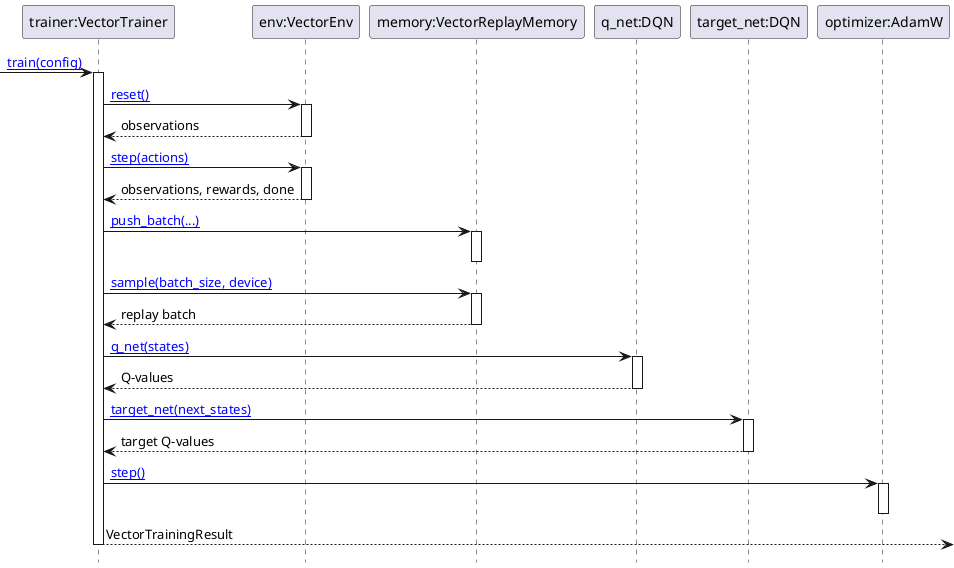
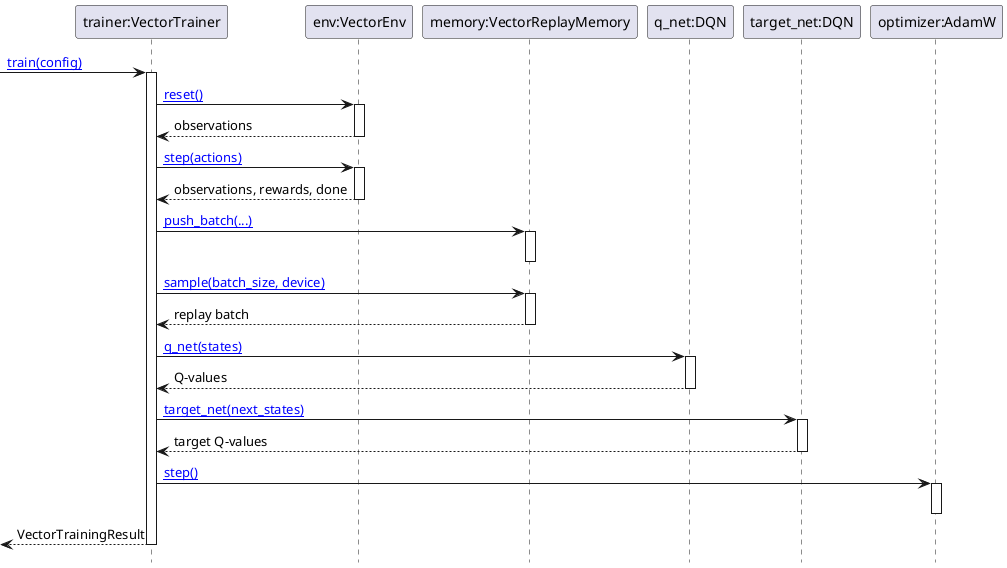
@startuml

hide footbox

participant "trainer:VectorTrainer" as trainer
participant "env:VectorEnv" as env
participant "memory:VectorReplayMemory" as memory
participant "q_net:DQN" as q_net
participant "target_net:DQN" as target_net
participant "optimizer:AdamW" as optimizer

url of trainer is [[vscode://file/C:/Users/mwehle/Documents/_P/KI/rl_lab/dqn/src/dqn/vector_training.py:115:1]]
url of memory is [[vscode://file/C:/Users/mwehle/Documents/_P/KI/rl_lab/dqn/src/dqn/vector_training.py:51:1]]
url of q_net is [[vscode://file/C:/Users/mwehle/Documents/_P/KI/rl_lab/dqn/src/dqn/model.py:8:1]]
url of target_net is [[vscode://file/C:/Users/mwehle/Documents/_P/KI/rl_lab/dqn/src/dqn/model.py:8:1]]
url of env is [[https://gymnasium.farama.org/api/vector/]]
url of optimizer is [[https://docs.pytorch.org/docs/stable/generated/torch.optim.AdamW.html]]

[-> trainer : [[vscode://file/C:/Users/mwehle/Documents/_P/KI/rl_lab/dqn/src/dqn/vector_training.py:166:1 train(config)]]
activate trainer

trainer -> env : [[https://gymnasium.farama.org/api/vector/ reset()]]
activate env
env --> trainer : observations
deactivate env

trainer -> env : [[https://gymnasium.farama.org/api/vector/ step(actions)]]
activate env
env --> trainer : observations, rewards, done
deactivate env

trainer -> memory : [[vscode://file/C:/Users/mwehle/Documents/_P/KI/rl_lab/dqn/src/dqn/vector_training.py:70:1 push_batch(...)]]
activate memory
deactivate memory

trainer -> memory : [[vscode://file/C:/Users/mwehle/Documents/_P/KI/rl_lab/dqn/src/dqn/vector_training.py:100:1 sample(batch_size, device)]]
activate memory
memory --> trainer : replay batch
deactivate memory

trainer -> q_net : [[vscode://file/C:/Users/mwehle/Documents/_P/KI/rl_lab/dqn/src/dqn/model.py:15:1 q_net(states)]]
activate q_net
q_net --> trainer : Q-values
deactivate q_net

trainer -> target_net : [[vscode://file/C:/Users/mwehle/Documents/_P/KI/rl_lab/dqn/src/dqn/model.py:15:1 target_net(next_states)]]
activate target_net
target_net --> trainer : target Q-values
deactivate target_net

trainer -> optimizer : [[https://docs.pytorch.org/docs/stable/generated/torch.optim.AdamW.html step()]]
activate optimizer
deactivate optimizer

- trainer -->] : VectorTrainingResult
+ trainer -->[ : VectorTrainingResult
deactivate trainer

@enduml
